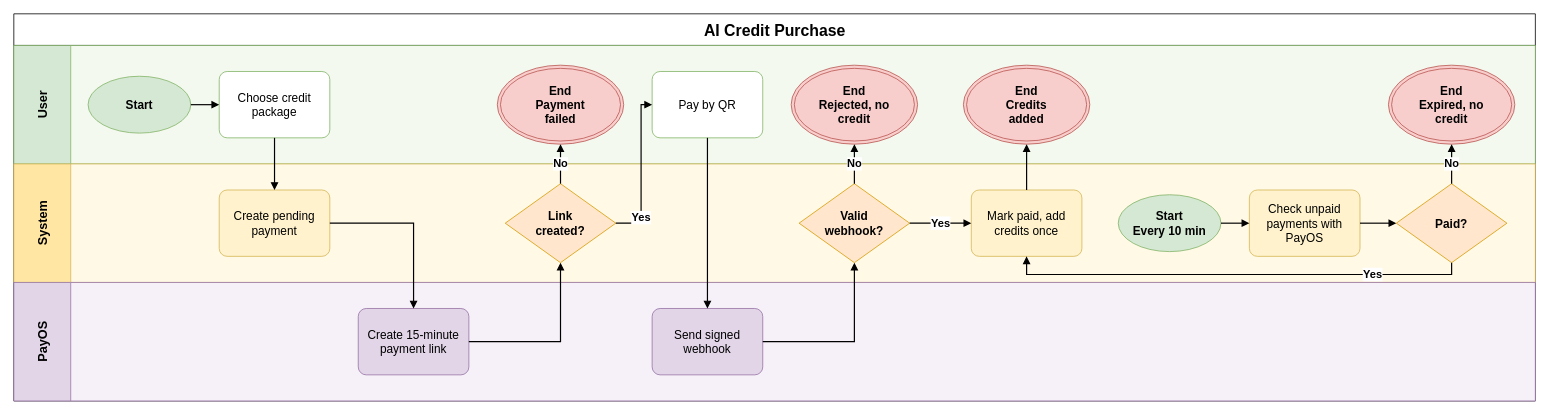
The draw.io diagram aidlc-docs/inception/main-business-flows/BF-08-AI-Credit-Purchase.drawio in hygef-v4/AI-Powered-Learning-Platform, before the edit. Source tidied: cells renumbered, new cells numbered last; positions are measured from the earlier drawing's top-left corner, leaving out a move shared by most shapes. Both pictures are drawn from the tidied source at 79%, with x=0, y=0 at pixel (13, 13).
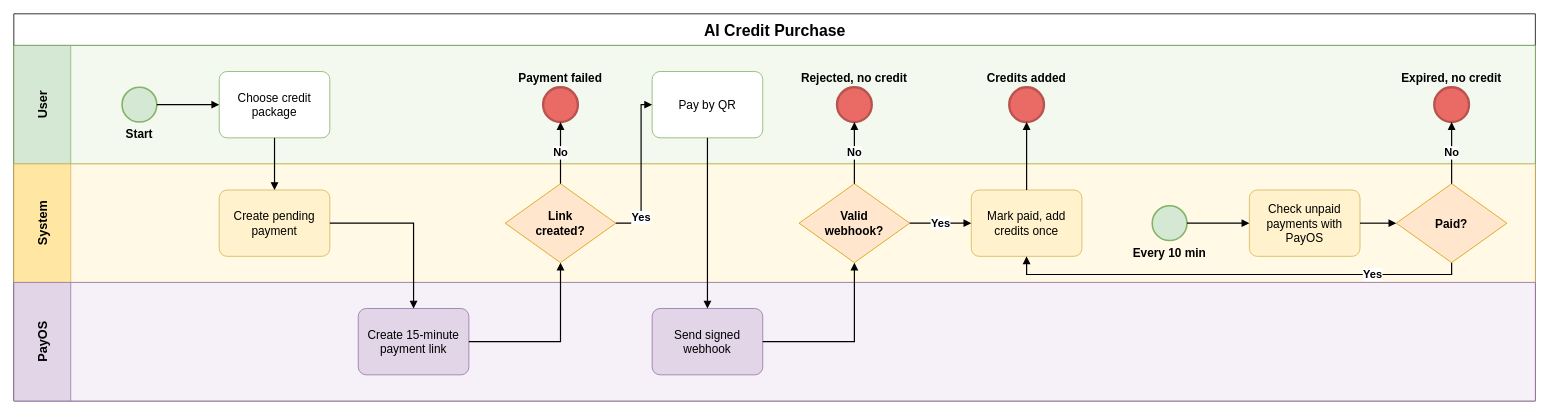
The same page after the edit.

Unchanged cells that the change refers to:
```xml
<mxCell id="3" value="User" style="swimlane;startSize=72;horizontal=0;html=1;whiteSpace=wrap;fillColor=#D5E8D4;swimlaneFillColor=#F3F9EE;strokeColor=#82B366;fontSize=16;fontStyle=1;align=center;verticalAlign=middle;spacing=4;" parent="2" vertex="1">
  <mxGeometry y="40" width="1926" height="150" as="geometry" />
</mxCell>
<mxCell id="4" value="System" style="swimlane;startSize=72;horizontal=0;html=1;whiteSpace=wrap;fillColor=#FFE6A3;swimlaneFillColor=#FFF9E6;strokeColor=#D6B656;fontSize=16;fontStyle=1;align=center;verticalAlign=middle;spacing=4;" parent="2" vertex="1">
  <mxGeometry y="190" width="1926" height="150" as="geometry" />
</mxCell>
```

Diff of the diagram source:
```diff
@@
-    <mxCell id="6" value="Start" style="ellipse;whiteSpace=wrap;html=1;fillColor=#D5E8D4;strokeColor=#82B366;fontStyle=1;fontSize=15;" parent="3" vertex="1">
-      <mxGeometry x="94" y="39" width="130" height="72" as="geometry" />
+    <mxCell id="6" value="Start" style="ellipse;html=1;fillColor=#D5E8D4;strokeColor=#82B366;strokeWidth=2;fontStyle=1;fontSize=15;whiteSpace=wrap;verticalLabelPosition=bottom;verticalAlign=top;labelPosition=center;align=center;labelWidth=150;" parent="3" vertex="1">
+      <mxGeometry x="137" y="53" width="44" height="44" as="geometry" />
     </mxCell>
@@
-    <mxCell id="11" value="End&lt;br&gt;Payment failed" style="ellipse;shape=doubleEllipse;whiteSpace=wrap;html=1;fillColor=#F8CECC;strokeColor=#B85450;fontStyle=1;fontSize=15;spacingLeft=26;spacingRight=26;" parent="3" vertex="1">
-      <mxGeometry x="612" y="25" width="160" height="100" as="geometry" />
+    <mxCell id="11" value="Payment failed" style="ellipse;html=1;fillColor=#EA6B66;strokeColor=#B85450;strokeWidth=3;fontStyle=1;fontSize=15;whiteSpace=wrap;verticalLabelPosition=top;verticalAlign=bottom;labelPosition=center;align=center;labelWidth=150;" parent="3" vertex="1">
+      <mxGeometry x="670" y="53" width="44" height="44" as="geometry" />
     </mxCell>
@@
-    <mxCell id="15" value="End&lt;br&gt;Rejected, no credit" style="ellipse;shape=doubleEllipse;whiteSpace=wrap;html=1;fillColor=#F8CECC;strokeColor=#B85450;fontStyle=1;fontSize=15;spacingLeft=26;spacingRight=26;" parent="3" vertex="1">
-      <mxGeometry x="984" y="25" width="160" height="100" as="geometry" />
+    <mxCell id="15" value="Rejected, no credit" style="ellipse;html=1;fillColor=#EA6B66;strokeColor=#B85450;strokeWidth=3;fontStyle=1;fontSize=15;whiteSpace=wrap;verticalLabelPosition=top;verticalAlign=bottom;labelPosition=center;align=center;labelWidth=150;" parent="3" vertex="1">
+      <mxGeometry x="1042" y="53" width="44" height="44" as="geometry" />
     </mxCell>
@@
-    <mxCell id="17" value="End&lt;br&gt;Credits added" style="ellipse;shape=doubleEllipse;whiteSpace=wrap;html=1;fillColor=#F8CECC;strokeColor=#B85450;fontStyle=1;fontSize=15;spacingLeft=26;spacingRight=26;" parent="3" vertex="1">
-      <mxGeometry x="1202" y="25" width="160" height="100" as="geometry" />
+    <mxCell id="17" value="Credits added" style="ellipse;html=1;fillColor=#EA6B66;strokeColor=#B85450;strokeWidth=3;fontStyle=1;fontSize=15;whiteSpace=wrap;verticalLabelPosition=top;verticalAlign=bottom;labelPosition=center;align=center;labelWidth=150;" parent="3" vertex="1">
+      <mxGeometry x="1260" y="53" width="44" height="44" as="geometry" />
     </mxCell>
-    <mxCell id="18" value="Start&lt;br&gt;Every 10 min" style="ellipse;whiteSpace=wrap;html=1;fillColor=#D5E8D4;strokeColor=#82B366;fontStyle=1;fontSize=15;" parent="4" vertex="1">
-      <mxGeometry x="1398" y="39" width="130" height="72" as="geometry" />
+    <mxCell id="18" value="Every 10 min" style="ellipse;html=1;fillColor=#D5E8D4;strokeColor=#82B366;strokeWidth=2;fontStyle=1;fontSize=15;whiteSpace=wrap;verticalLabelPosition=bottom;verticalAlign=top;labelPosition=center;align=center;labelWidth=150;" parent="4" vertex="1">
+      <mxGeometry x="1441" y="53" width="44" height="44" as="geometry" />
     </mxCell>
@@
-    <mxCell id="21" value="End&lt;br&gt;Expired, no credit" style="ellipse;shape=doubleEllipse;whiteSpace=wrap;html=1;fillColor=#F8CECC;strokeColor=#B85450;fontStyle=1;fontSize=15;spacingLeft=26;spacingRight=26;" parent="3" vertex="1">
-      <mxGeometry x="1740" y="25" width="160" height="100" as="geometry" />
+    <mxCell id="21" value="Expired, no credit" style="ellipse;html=1;fillColor=#EA6B66;strokeColor=#B85450;strokeWidth=3;fontStyle=1;fontSize=15;whiteSpace=wrap;verticalLabelPosition=top;verticalAlign=bottom;labelPosition=center;align=center;labelWidth=150;" parent="3" vertex="1">
+      <mxGeometry x="1798" y="53" width="44" height="44" as="geometry" />
     </mxCell>
```
